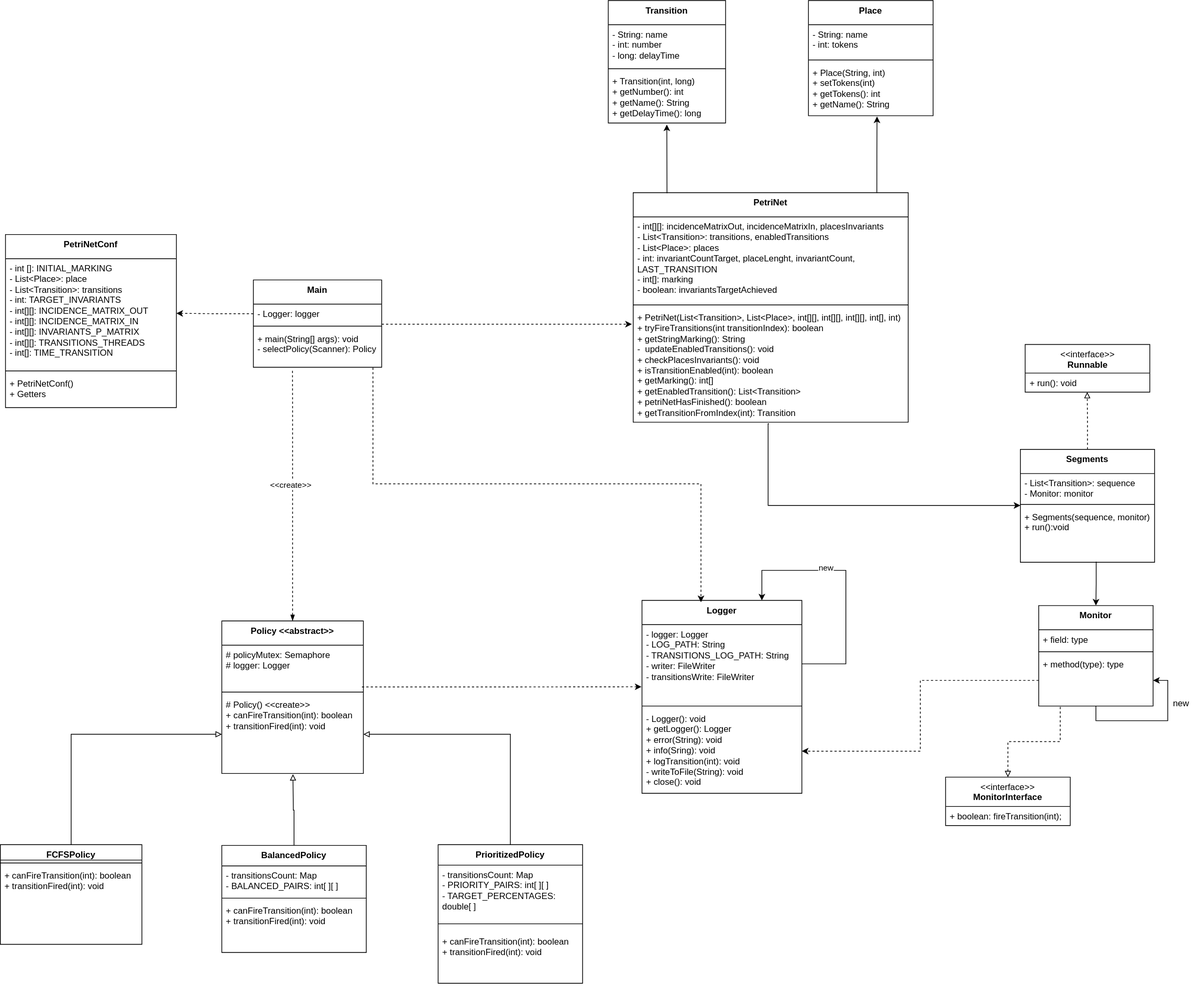
This is images/class_diagram.svg from brian1062/Sistema-de-Agencia-de-Viaje-Concurrente, a draw.io export, as it was before one commit. Source tidied: cells renumbered, new cells last; positions are measured from the earlier drawing's top-left corner, leaving out a move shared by most shapes.
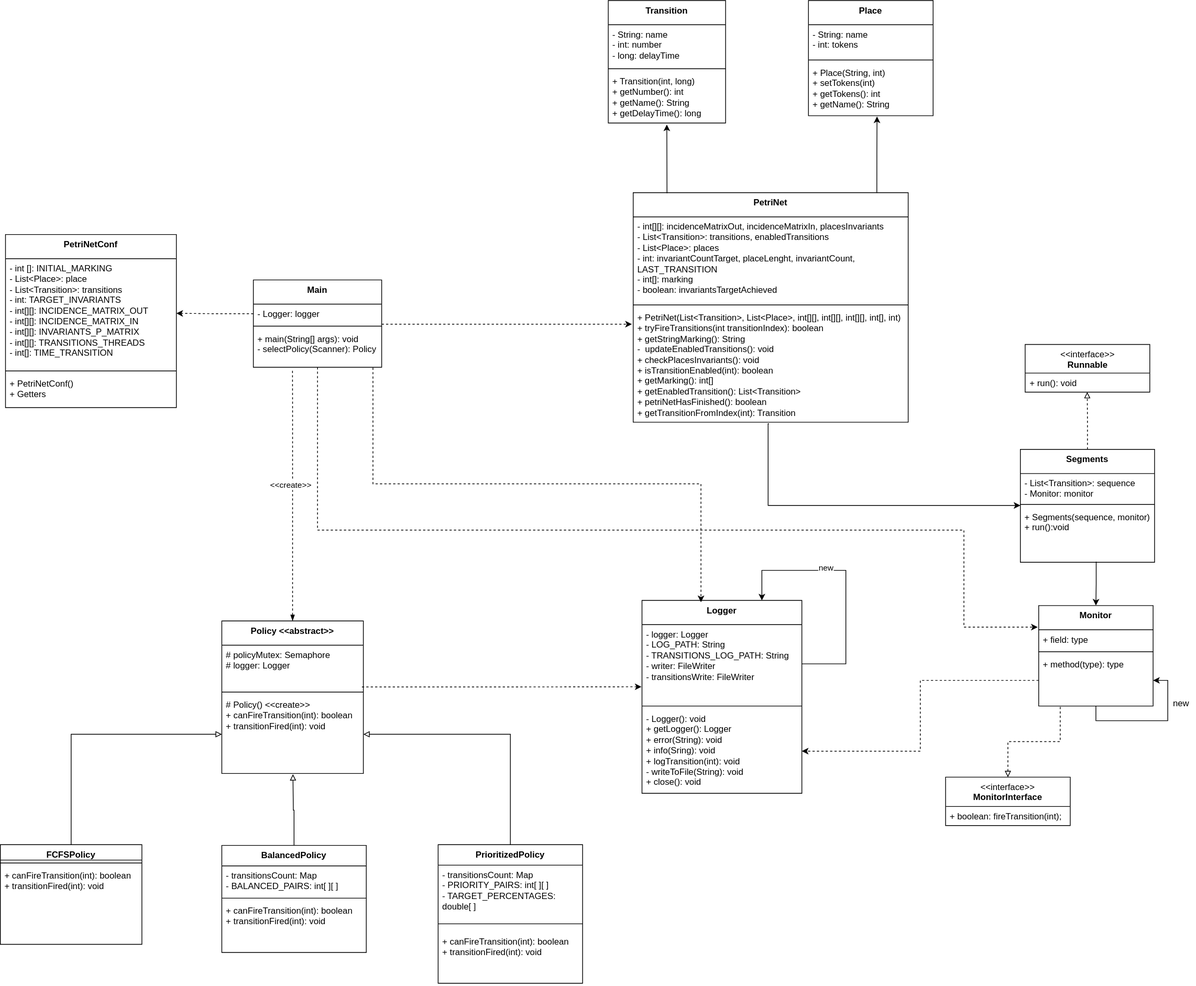
After the commit.

Commit message:
fixed class diagram

Diff of the diagram source:
```diff
@@ -247,5 +247,14 @@
     <mxCell id="72" style="edgeStyle=orthogonalEdgeStyle;rounded=0;jettySize=auto;html=1;entryX=0.188;entryY=0.99;entryDx=0;entryDy=0;entryPerimeter=0;endArrow=none;startFill=0;startArrow=block;dashed=1;" parent="1" edge="1" source="18" target="11">
       <mxGeometry relative="1" as="geometry" />
     </mxCell>
+    <mxCell id="73" style="edgeStyle=orthogonalEdgeStyle;rounded=0;jettySize=auto;html=1;entryX=-0.009;entryY=-0.138;entryDx=0;entryDy=0;entryPerimeter=0;dashed=1;" parent="1" edge="1" source="31" target="9">
+      <mxGeometry relative="1" as="geometry">
+        <Array as="points">
+          <mxPoint x="433" y="722" />
+          <mxPoint x="1314" y="722" />
+          <mxPoint x="1314" y="854" />
+        </Array>
+      </mxGeometry>
+    </mxCell>
   </root>
 </mxGraphModel>
```
